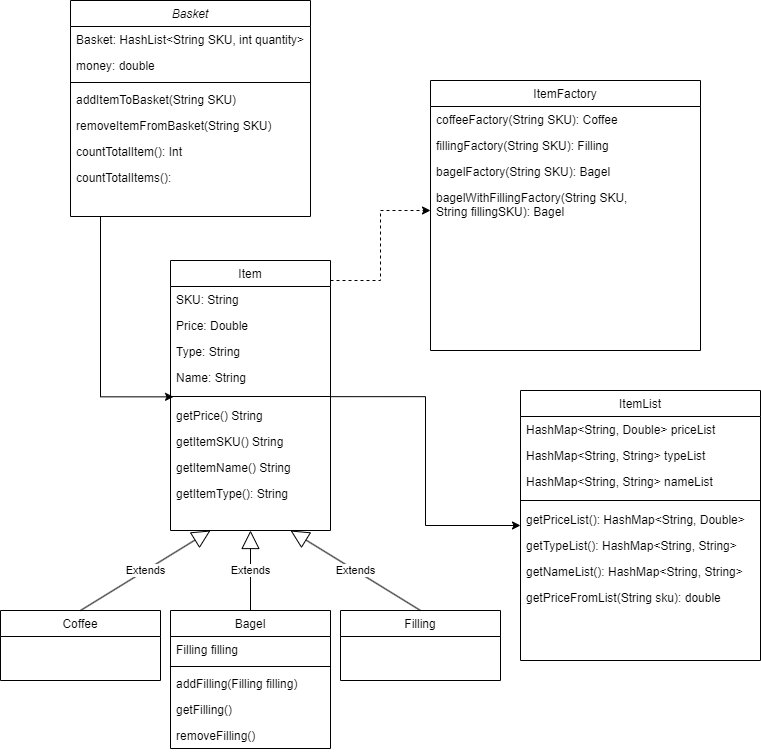
Above: BobsBagelDiagram.drawio.png in boolean-uk/java-tdd-oop-bobs-bagels (draw.io), before the change. Source tidied: cells renumbered, new cells last; positions are measured from the earlier drawing's top-left corner, leaving out a move shared by most shapes.
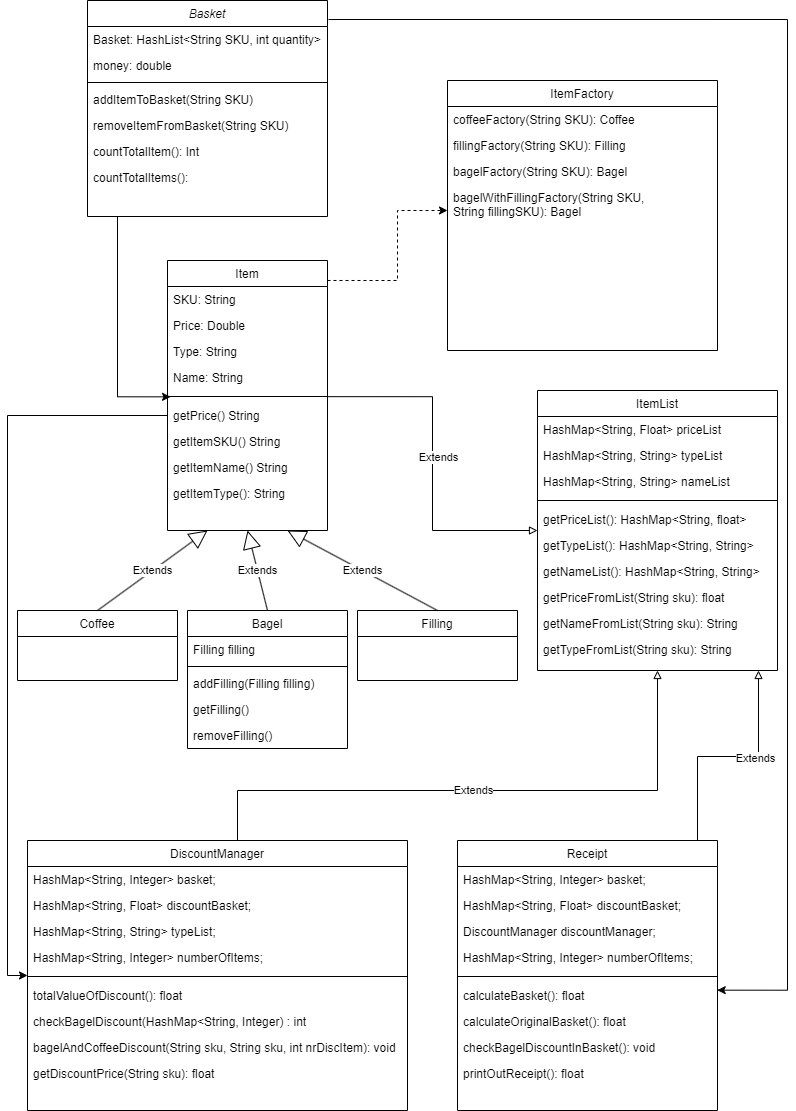
After the change.

Change to the diagram source:
```diff
@@ -2,6 +2,15 @@
   <root>
     <mxCell id="0" />
     <mxCell id="1" parent="0" />
+    <mxCell id="48" style="edgeStyle=orthogonalEdgeStyle;rounded=0;jettySize=auto;html=1;entryX=0.999;entryY=0.295;entryDx=0;entryDy=0;exitX=1.004;exitY=0.088;exitDx=0;exitDy=0;exitPerimeter=0;entryPerimeter=0;" parent="1" edge="1" source="2" target="73">
+      <mxGeometry relative="1" as="geometry">
+        <Array as="points">
+          <mxPoint x="770" y="19" />
+          <mxPoint x="770" y="990" />
+          <mxPoint x="700" y="990" />
+        </Array>
+      </mxGeometry>
+    </mxCell>
     <mxCell id="2" value="Basket" style="swimlane;fontStyle=2;align=center;verticalAlign=top;horizontal=1;startSize=26;rounded=0;shadow=0;strokeWidth=1;" parent="1" vertex="1">
       <mxGeometry x="70" width="240" height="216" as="geometry" />
     </mxCell>
@@ -26,11 +35,16 @@
     <mxCell id="9" value="countTotalItems(): " style="text;align=left;verticalAlign=top;spacingLeft=4;spacingRight=4;overflow=hidden;" parent="2" vertex="1">
       <mxGeometry y="164" width="240" height="26" as="geometry" />
     </mxCell>
-    <mxCell id="10" style="edgeStyle=orthogonalEdgeStyle;rounded=0;jettySize=auto;html=1;entryX=0;entryY=0.5;entryDx=0;entryDy=0;exitX=0.999;exitY=0.513;exitDx=0;exitDy=0;exitPerimeter=0;" parent="1" edge="1" source="16" target="38">
+    <mxCell id="10" style="edgeStyle=orthogonalEdgeStyle;rounded=0;jettySize=auto;html=1;entryX=0;entryY=0.5;entryDx=0;entryDy=0;exitX=0.999;exitY=0.513;exitDx=0;exitDy=0;exitPerimeter=0;startArrow=none;startFill=0;endArrow=block;endFill=0;" parent="1" edge="1" source="16" target="38">
       <mxGeometry relative="1" as="geometry" />
     </mxCell>
+    <mxCell id="49" value="Extends" style="edgeLabel;html=1;align=center;verticalAlign=middle;" parent="10" vertex="1">
+      <mxGeometry x="-0.24" relative="1" as="geometry">
+        <mxPoint x="5" y="34" as="offset" />
+      </mxGeometry>
+    </mxCell>
     <mxCell id="11" value="Item" style="swimlane;fontStyle=0;align=center;verticalAlign=top;horizontal=1;startSize=26;rounded=0;shadow=0;strokeWidth=1;" parent="1" vertex="1">
-      <mxGeometry x="170" y="260" width="160" height="270" as="geometry" />
+      <mxGeometry x="150" y="260" width="160" height="270" as="geometry" />
     </mxCell>
     <mxCell id="12" value="SKU: String" style="text;align=left;verticalAlign=top;spacingLeft=4;spacingRight=4;overflow=hidden;" parent="11" vertex="1">
       <mxGeometry y="26" width="160" height="26" as="geometry" />
@@ -92,12 +106,10 @@
     <mxCell id="31" value="Extends" style="endArrow=block;endSize=16;endFill=0;html=1;rounded=0;exitX=0.5;exitY=0;exitDx=0;exitDy=0;entryX=0.75;entryY=1;entryDx=0;entryDy=0;" parent="1" edge="1" source="28" target="11">
       <mxGeometry relative="1" as="geometry" />
     </mxCell>
-    <mxCell id="32" style="edgeStyle=orthogonalEdgeStyle;rounded=0;orthogonalLoop=1;jettySize=auto;html=1;dashed=1;entryX=0;entryY=0.5;entryDx=0;entryDy=0;" parent="1" edge="1">
+    <mxCell id="32" style="edgeStyle=orthogonalEdgeStyle;rounded=0;jettySize=auto;html=1;dashed=1;entryX=0;entryY=0.5;entryDx=0;entryDy=0;exitX=1;exitY=0.074;exitDx=0;exitDy=0;exitPerimeter=0;" parent="1" edge="1" source="11">
       <mxGeometry relative="1" as="geometry">
-        <mxPoint x="330" y="280" as="sourcePoint" />
         <mxPoint x="430" y="210" as="targetPoint" />
         <Array as="points">
-          <mxPoint x="329" y="280" />
           <mxPoint x="380" y="280" />
           <mxPoint x="380" y="210" />
         </Array>
@@ -119,9 +131,9 @@
       <mxGeometry y="104" width="270" height="56" as="geometry" />
     </mxCell>
     <mxCell id="38" value="ItemList&#10;" style="swimlane;fontStyle=0;align=center;verticalAlign=top;horizontal=1;startSize=26;rounded=0;shadow=0;strokeWidth=1;" parent="1" vertex="1">
-      <mxGeometry x="520" y="390" width="240" height="270" as="geometry" />
+      <mxGeometry x="520" y="390" width="240" height="280" as="geometry" />
     </mxCell>
-    <mxCell id="39" value="HashMap&lt;String, Double&gt; priceList" style="text;align=left;verticalAlign=top;spacingLeft=4;spacingRight=4;overflow=hidden;" parent="38" vertex="1">
+    <mxCell id="39" value="HashMap&lt;String, Float&gt; priceList" style="text;align=left;verticalAlign=top;spacingLeft=4;spacingRight=4;overflow=hidden;" parent="38" vertex="1">
       <mxGeometry y="26" width="240" height="26" as="geometry" />
     </mxCell>
     <mxCell id="40" value="HashMap&lt;String, String&gt; typeList" style="text;align=left;verticalAlign=top;spacingLeft=4;spacingRight=4;overflow=hidden;rounded=0;shadow=0;html=0;" parent="38" vertex="1">
@@ -133,7 +145,7 @@
     <mxCell id="42" style="line;html=1;strokeWidth=1;align=left;verticalAlign=middle;spacingTop=-1;spacingLeft=3;spacingRight=3;labelPosition=right;" parent="38" vertex="1">
       <mxGeometry y="104" width="240" height="12" as="geometry" />
     </mxCell>
-    <mxCell id="43" value="getPriceList(): HashMap&lt;String, Double&gt;" style="text;align=left;verticalAlign=top;spacingLeft=4;spacingRight=4;overflow=hidden;" parent="38" vertex="1">
+    <mxCell id="43" value="getPriceList(): HashMap&lt;String, float&gt;" style="text;align=left;verticalAlign=top;spacingLeft=4;spacingRight=4;overflow=hidden;" parent="38" vertex="1">
       <mxGeometry y="116" width="240" height="26" as="geometry" />
     </mxCell>
     <mxCell id="44" value="getTypeList(): HashMap&lt;String, String&gt;" style="text;align=left;verticalAlign=top;spacingLeft=4;spacingRight=4;overflow=hidden;" parent="38" vertex="1">
@@ -142,9 +154,15 @@
     <mxCell id="45" value="getNameList(): HashMap&lt;String, String&gt;" style="text;align=left;verticalAlign=top;spacingLeft=4;spacingRight=4;overflow=hidden;" parent="38" vertex="1">
       <mxGeometry y="168" width="240" height="26" as="geometry" />
     </mxCell>
-    <mxCell id="46" value="getPriceFromList(String sku): double" style="text;align=left;verticalAlign=top;spacingLeft=4;spacingRight=4;overflow=hidden;fontStyle=0;" parent="38" vertex="1">
+    <mxCell id="46" value="getPriceFromList(String sku): float" style="text;align=left;verticalAlign=top;spacingLeft=4;spacingRight=4;overflow=hidden;fontStyle=0;" parent="38" vertex="1">
       <mxGeometry y="194" width="240" height="26" as="geometry" />
     </mxCell>
+    <mxCell id="50" value="getNameFromList(String sku): String" style="text;align=left;verticalAlign=top;spacingLeft=4;spacingRight=4;overflow=hidden;fontStyle=0;" parent="38" vertex="1">
+      <mxGeometry y="220" width="240" height="26" as="geometry" />
+    </mxCell>
+    <mxCell id="51" value="getTypeFromList(String sku): String" style="text;align=left;verticalAlign=top;spacingLeft=4;spacingRight=4;overflow=hidden;fontStyle=0;" parent="38" vertex="1">
+      <mxGeometry y="246" width="240" height="26" as="geometry" />
+    </mxCell>
     <mxCell id="47" style="edgeStyle=orthogonalEdgeStyle;rounded=0;jettySize=auto;html=1;entryX=0.019;entryY=0.529;entryDx=0;entryDy=0;entryPerimeter=0;" parent="1" edge="1" source="2" target="16">
       <mxGeometry relative="1" as="geometry">
         <Array as="points">
@@ -152,5 +170,98 @@
         </Array>
       </mxGeometry>
     </mxCell>
+    <mxCell id="52" value="DiscountManager" style="swimlane;fontStyle=0;align=center;verticalAlign=top;horizontal=1;startSize=26;rounded=0;shadow=0;strokeWidth=1;" parent="1" vertex="1">
+      <mxGeometry x="10" y="840" width="380" height="270" as="geometry" />
+    </mxCell>
+    <mxCell id="53" value="HashMap&lt;String, Integer&gt; basket;&#10;" style="text;align=left;verticalAlign=top;spacingLeft=4;spacingRight=4;overflow=hidden;" parent="52" vertex="1">
+      <mxGeometry y="26" width="380" height="26" as="geometry" />
+    </mxCell>
+    <mxCell id="54" value="HashMap&lt;String, Float&gt; discountBasket;" style="text;align=left;verticalAlign=top;spacingLeft=4;spacingRight=4;overflow=hidden;rounded=0;shadow=0;html=0;" parent="52" vertex="1">
+      <mxGeometry y="52" width="380" height="26" as="geometry" />
+    </mxCell>
+    <mxCell id="55" value="HashMap&lt;String, String&gt; typeList;" style="text;align=left;verticalAlign=top;spacingLeft=4;spacingRight=4;overflow=hidden;fontStyle=0;" parent="52" vertex="1">
+      <mxGeometry y="78" width="380" height="26" as="geometry" />
+    </mxCell>
+    <mxCell id="56" value="HashMap&lt;String, Integer&gt; numberOfItems;" style="text;align=left;verticalAlign=top;spacingLeft=4;spacingRight=4;overflow=hidden;" parent="52" vertex="1">
+      <mxGeometry y="104" width="380" height="26" as="geometry" />
+    </mxCell>
+    <mxCell id="57" style="line;html=1;strokeWidth=1;align=left;verticalAlign=middle;spacingTop=-1;spacingLeft=3;spacingRight=3;labelPosition=right;" parent="52" vertex="1">
+      <mxGeometry y="130" width="380" height="12" as="geometry" />
+    </mxCell>
+    <mxCell id="58" value="totalValueOfDiscount(): float" style="text;align=left;verticalAlign=top;spacingLeft=4;spacingRight=4;overflow=hidden;" parent="52" vertex="1">
+      <mxGeometry y="142" width="380" height="26" as="geometry" />
+    </mxCell>
+    <mxCell id="59" value="checkBagelDiscount(HashMap&lt;String, Integer) : int" style="text;align=left;verticalAlign=top;spacingLeft=4;spacingRight=4;overflow=hidden;" parent="52" vertex="1">
+      <mxGeometry y="168" width="380" height="26" as="geometry" />
+    </mxCell>
+    <mxCell id="60" value="bagelAndCoffeeDiscount(String sku, String sku, int nrDiscItem): void" style="text;align=left;verticalAlign=top;spacingLeft=4;spacingRight=4;overflow=hidden;" parent="52" vertex="1">
+      <mxGeometry y="194" width="380" height="26" as="geometry" />
+    </mxCell>
+    <mxCell id="61" value="getDiscountPrice(String sku): float" style="text;align=left;verticalAlign=top;spacingLeft=4;spacingRight=4;overflow=hidden;" parent="52" vertex="1">
+      <mxGeometry y="220" width="380" height="26" as="geometry" />
+    </mxCell>
+    <mxCell id="62" style="edgeStyle=orthogonalEdgeStyle;rounded=0;jettySize=auto;html=1;entryX=0;entryY=0.5;entryDx=0;entryDy=0;" parent="1" edge="1" source="17" target="52">
+      <mxGeometry relative="1" as="geometry">
+        <Array as="points">
+          <mxPoint x="-10" y="415" />
+          <mxPoint x="-10" y="975" />
+        </Array>
+      </mxGeometry>
+    </mxCell>
+    <mxCell id="63" style="edgeStyle=orthogonalEdgeStyle;rounded=0;jettySize=auto;html=1;entryX=0.5;entryY=1;entryDx=0;entryDy=0;endArrow=block;endFill=0;exitX=0.5;exitY=0;exitDx=0;exitDy=0;" parent="1" edge="1" source="52" target="38">
+      <mxGeometry relative="1" as="geometry">
+        <Array as="points">
+          <mxPoint x="220" y="790" />
+          <mxPoint x="640" y="790" />
+        </Array>
+      </mxGeometry>
+    </mxCell>
+    <mxCell id="64" value="Extends" style="edgeLabel;html=1;align=center;verticalAlign=middle;" parent="63" vertex="1">
+      <mxGeometry x="0.49" y="1" relative="1" as="geometry">
+        <mxPoint x="-149" as="offset" />
+      </mxGeometry>
+    </mxCell>
+    <mxCell id="65" style="edgeStyle=orthogonalEdgeStyle;rounded=0;jettySize=auto;html=1;endArrow=block;endFill=0;" parent="1" edge="1" source="67">
+      <mxGeometry relative="1" as="geometry">
+        <mxPoint x="741" y="670" as="targetPoint" />
+        <Array as="points">
+          <mxPoint x="680" y="756" />
+          <mxPoint x="741" y="756" />
+        </Array>
+      </mxGeometry>
+    </mxCell>
+    <mxCell id="66" value="Extends" style="edgeLabel;html=1;align=center;verticalAlign=middle;" parent="65" vertex="1">
+      <mxGeometry x="0.22" y="-1" relative="1" as="geometry" />
+    </mxCell>
+    <mxCell id="67" value="Receipt" style="swimlane;fontStyle=0;align=center;verticalAlign=top;horizontal=1;startSize=26;rounded=0;shadow=0;strokeWidth=1;" parent="1" vertex="1">
+      <mxGeometry x="440" y="840" width="260" height="270" as="geometry" />
+    </mxCell>
+    <mxCell id="68" value="HashMap&lt;String, Integer&gt; basket;" style="text;align=left;verticalAlign=top;spacingLeft=4;spacingRight=4;overflow=hidden;" parent="67" vertex="1">
+      <mxGeometry y="26" width="260" height="26" as="geometry" />
+    </mxCell>
+    <mxCell id="69" value="HashMap&lt;String, Float&gt; discountBasket;" style="text;align=left;verticalAlign=top;spacingLeft=4;spacingRight=4;overflow=hidden;rounded=0;shadow=0;html=0;" parent="67" vertex="1">
+      <mxGeometry y="52" width="260" height="26" as="geometry" />
+    </mxCell>
+    <mxCell id="70" value="DiscountManager discountManager;" style="text;align=left;verticalAlign=top;spacingLeft=4;spacingRight=4;overflow=hidden;fontStyle=0;" parent="67" vertex="1">
+      <mxGeometry y="78" width="260" height="26" as="geometry" />
+    </mxCell>
+    <mxCell id="71" value="HashMap&lt;String, Integer&gt; numberOfItems;" style="text;align=left;verticalAlign=top;spacingLeft=4;spacingRight=4;overflow=hidden;" parent="67" vertex="1">
+      <mxGeometry y="104" width="260" height="26" as="geometry" />
+    </mxCell>
+    <mxCell id="72" style="line;html=1;strokeWidth=1;align=left;verticalAlign=middle;spacingTop=-1;spacingLeft=3;spacingRight=3;labelPosition=right;" parent="67" vertex="1">
+      <mxGeometry y="130" width="260" height="12" as="geometry" />
+    </mxCell>
+    <mxCell id="73" value="calculateBasket(): float" style="text;align=left;verticalAlign=top;spacingLeft=4;spacingRight=4;overflow=hidden;points=[[0,0.5],[1,0.5]];portConstraint=eastwest;" parent="67" vertex="1">
+      <mxGeometry y="142" width="260" height="26" as="geometry" />
+    </mxCell>
+    <mxCell id="74" value="calculateOriginalBasket(): float" style="text;align=left;verticalAlign=top;spacingLeft=4;spacingRight=4;overflow=hidden;" parent="67" vertex="1">
+      <mxGeometry y="168" width="260" height="26" as="geometry" />
+    </mxCell>
+    <mxCell id="75" value="checkBagelDiscountInBasket(): void" style="text;align=left;verticalAlign=top;spacingLeft=4;spacingRight=4;overflow=hidden;" parent="67" vertex="1">
+      <mxGeometry y="194" width="260" height="26" as="geometry" />
+    </mxCell>
+    <mxCell id="76" value="printOutReceipt(): float" style="text;align=left;verticalAlign=top;spacingLeft=4;spacingRight=4;overflow=hidden;" parent="67" vertex="1">
+      <mxGeometry y="220" width="260" height="26" as="geometry" />
+    </mxCell>
   </root>
 </mxGraphModel>
```
